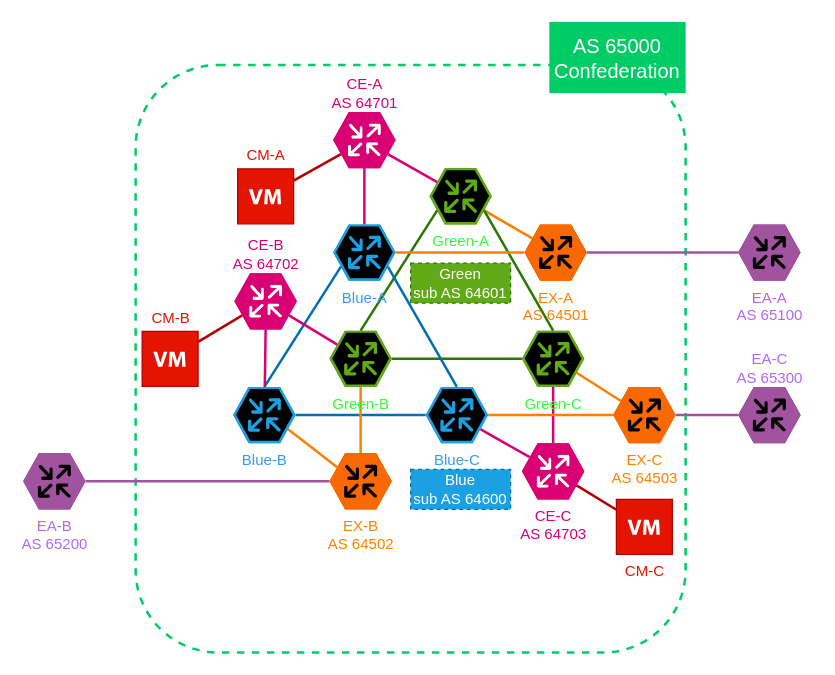
Earlier version of the draw.io diagram memo/topo.drawio (Sabaniki/bg-switcher). Source tidied: cells renumbered, new cells numbered last; positions are measured from the earlier drawing's top-left corner, leaving out a move shared by most shapes. Both pictures are drawn from the tidied source at 125%, with x=0, y=0 at pixel (22, 21).
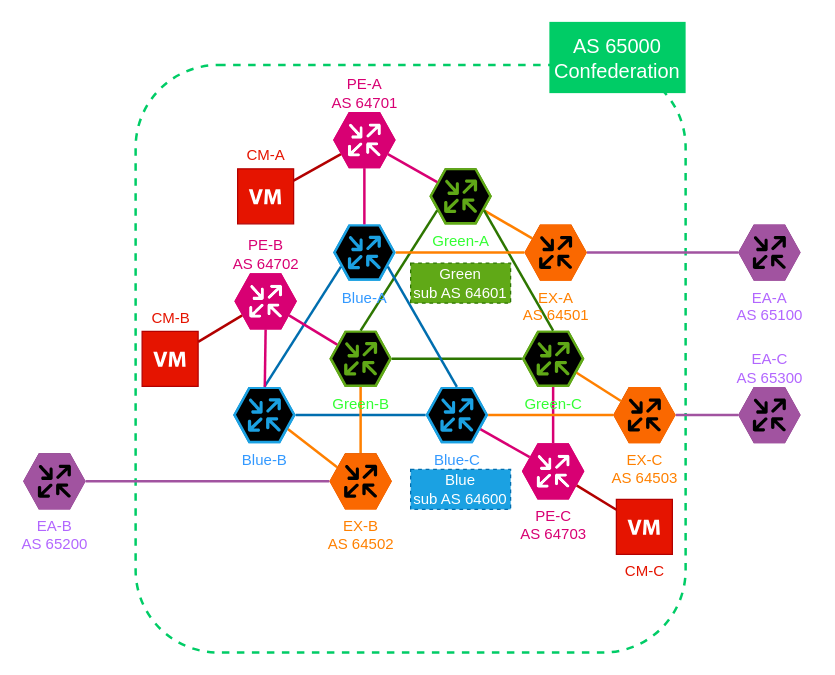
Above is the later version.

Change to the diagram source:
```diff
@@
-    <mxCell id="34" value="&lt;span style=&quot;color: rgb(216 , 0 , 115)&quot;&gt;CE-C&lt;br&gt;AS 64703&lt;br&gt;&lt;/span&gt;" style="verticalLabelPosition=bottom;sketch=0;html=1;fillColor=#d80073;strokeColor=none;verticalAlign=top;align=center;points=[[0,0.5,0],[0.125,0.25,0],[0.25,0,0],[0.5,0,0],[0.75,0,0],[0.875,0.25,0],[1,0.5,0],[0.875,0.75,0],[0.75,1,0],[0.5,1,0],[0.125,0.75,0]];shape=mxgraph.cisco_safe.compositeIcon;bgIcon=mxgraph.cisco_safe.design.blank_device;resIcon=mxgraph.cisco_safe.design.router;dashed=1;fontSize=12;fontColor=#ffffff;" parent="1" vertex="1">
+    <mxCell id="34" value="&lt;span style=&quot;color: rgb(216 , 0 , 115)&quot;&gt;PE-C&lt;br&gt;AS 64703&lt;br&gt;&lt;/span&gt;" style="verticalLabelPosition=bottom;sketch=0;html=1;fillColor=#d80073;strokeColor=none;verticalAlign=top;align=center;points=[[0,0.5,0],[0.125,0.25,0],[0.25,0,0],[0.5,0,0],[0.75,0,0],[0.875,0.25,0],[1,0.5,0],[0.875,0.75,0],[0.75,1,0],[0.5,1,0],[0.125,0.75,0]];shape=mxgraph.cisco_safe.compositeIcon;bgIcon=mxgraph.cisco_safe.design.blank_device;resIcon=mxgraph.cisco_safe.design.router;dashed=1;fontSize=12;fontColor=#ffffff;" parent="1" vertex="1">
       <mxGeometry x="399" y="337" width="50" height="45" as="geometry" />
     </mxCell>
@@
-    <mxCell id="43" value="CE-A&lt;br&gt;AS 64701" style="text;html=1;align=center;verticalAlign=middle;strokeColor=none;fillColor=none;fontSize=12;fontColor=#D80073;" parent="1" vertex="1">
+    <mxCell id="43" value="PE-A&lt;br&gt;AS 64701" style="text;html=1;align=center;verticalAlign=middle;strokeColor=none;fillColor=none;fontSize=12;fontColor=#D80073;" parent="1" vertex="1">
       <mxGeometry x="238" y="42" width="70" height="30" as="geometry" />
     </mxCell>
-    <mxCell id="44" value="CE-B&lt;br&gt;AS 64702" style="text;html=1;align=center;verticalAlign=middle;strokeColor=none;fillColor=none;fontSize=12;fontColor=#D80073;" parent="1" vertex="1">
+    <mxCell id="44" value="PE-B&lt;br&gt;AS 64702" style="text;html=1;align=center;verticalAlign=middle;strokeColor=none;fillColor=none;fontSize=12;fontColor=#D80073;" parent="1" vertex="1">
       <mxGeometry x="159" y="171" width="70" height="30" as="geometry" />
     </mxCell>
```
